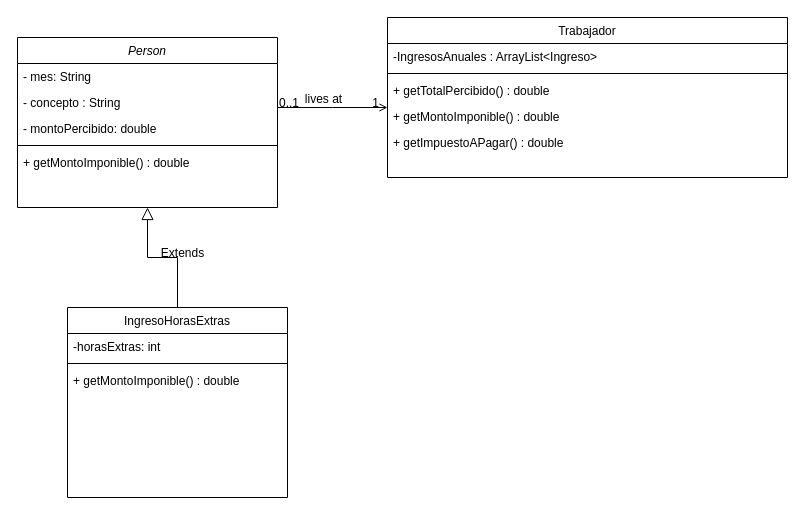
The draw.io diagram src/ar/edu/unq/po2/tp4/Diagrama sin título.drawio in Medina-Ivan-Angel/unqui-po2-medina, before the edit. Source tidied: cells renumbered, new cells numbered last; positions are measured from the earlier drawing's top-left corner, leaving out a move shared by most shapes. Both pictures are drawn from the tidied source at 100%, with x=0, y=0 at pixel (17, 17).
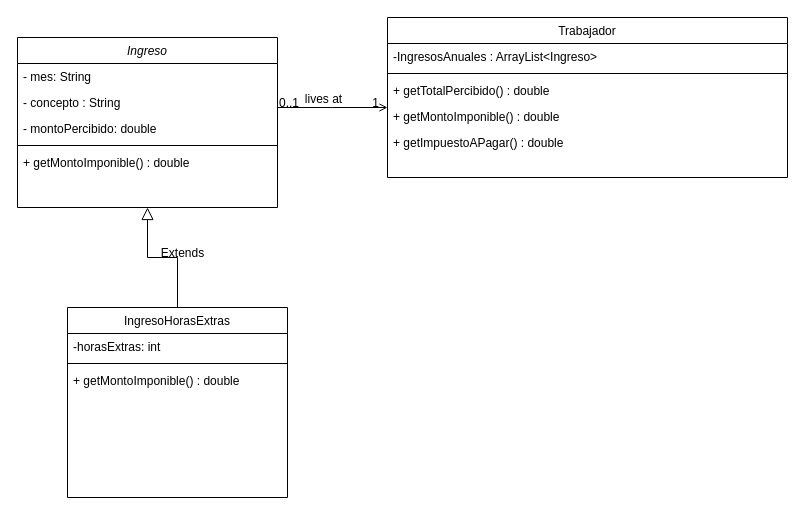
After the change.

Change to the diagram source:
```diff
@@
-    <mxCell id="2" value="Person" style="swimlane;fontStyle=2;align=center;verticalAlign=top;horizontal=1;startSize=26;rounded=0;shadow=0;strokeWidth=1;" parent="1" vertex="1">
+    <mxCell id="2" value="Ingreso" style="swimlane;fontStyle=2;align=center;verticalAlign=top;horizontal=1;startSize=26;rounded=0;shadow=0;strokeWidth=1;" parent="1" vertex="1">
       <mxGeometry y="20" width="260" height="170" as="geometry" />
     </mxCell>
```
